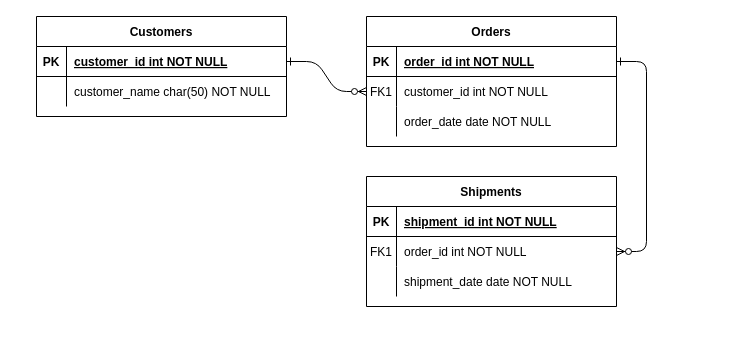
This is Untitled Diagram.drawio from Gavin-Jacobs/thing, a draw.io file, before an edit. Source tidied: cells renumbered, new cells numbered last; positions are measured from the earlier drawing's top-left corner, leaving out a move shared by most shapes. Both pictures are drawn from the tidied source at 100%, with x=0, y=0 at pixel (36, 16).
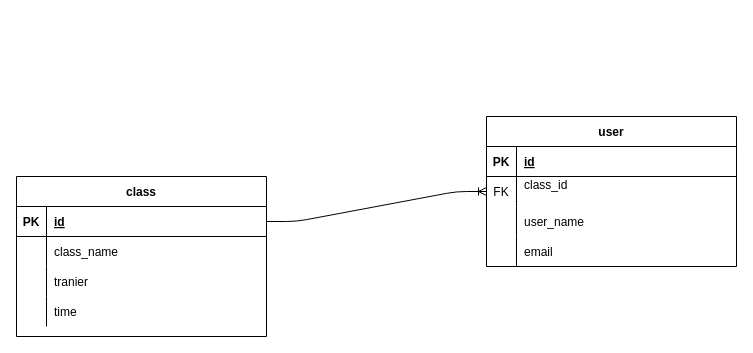
The same diagram, later.

The change refers to these unchanged cells:
```xml
<mxCell id="5" style="shape=partialRectangle;fillColor=none;points=[[0,0.5],[1,0.5]];portConstraint=eastwest;top=0;left=0;right=0;bottom=1;" parent="4" vertex="1">
  <mxGeometry y="30" width="250" height="30" as="geometry" />
</mxCell>
<mxCell id="8" style="shape=partialRectangle;fillColor=none;points=[[0,0.5],[1,0.5]];portConstraint=eastwest;top=0;left=0;right=0;bottom=0;" parent="4" vertex="1">
  <mxGeometry y="60" width="250" height="30" as="geometry" />
</mxCell>
<mxCell id="11" style="shape=partialRectangle;fillColor=none;top=0;left=0;right=0;bottom=0;" parent="4" vertex="1">
  <mxGeometry y="90" width="250" height="30" as="geometry" />
</mxCell>
<mxCell id="25" style="shape=partialRectangle;fillColor=none;points=[[0,0.5],[1,0.5]];portConstraint=eastwest;top=0;left=0;right=0;bottom=1;" parent="24" vertex="1">
  <mxGeometry y="30" width="250" height="30" as="geometry" />
</mxCell>
<mxCell id="28" style="shape=partialRectangle;fillColor=none;points=[[0,0.5],[1,0.5]];portConstraint=eastwest;top=0;left=0;right=0;bottom=0;" parent="24" vertex="1">
  <mxGeometry y="60" width="250" height="30" as="geometry" />
</mxCell>
```

The edit, as a diff of the source:
```diff
@@
-    <mxCell id="2" style="edgeStyle=entityRelationEdgeStyle;endArrow=ERzeroToMany;startArrow=ERone;endFill=1;startFill=0;" parent="1" edge="1" source="25" target="8">
-      <mxGeometry relative="1" as="geometry" />
-    </mxCell>
-    <mxCell id="3" style="edgeStyle=entityRelationEdgeStyle;endArrow=ERzeroToMany;startArrow=ERone;endFill=1;startFill=0;" parent="1" edge="1" source="5" target="18">
-      <mxGeometry relative="1" as="geometry" />
-    </mxCell>
-    <mxCell id="4" value="Orders" style="shape=table;startSize=30;childLayout=tableLayout;rowLines=0;fontStyle=1;align=center;" parent="1" vertex="1">
-      <mxGeometry x="330" width="250" height="130" as="geometry" />
+    <mxCell id="4" value="class" style="shape=table;startSize=30;childLayout=tableLayout;rowLines=0;fontStyle=1;align=center;" parent="1" vertex="1">
+      <mxGeometry x="-20" y="160" width="250" height="160" as="geometry" />
     </mxCell>
@@
-    <mxCell id="7" value="order_id int NOT NULL " style="shape=partialRectangle;overflow=hidden;fillColor=none;top=0;left=0;bottom=0;right=0;align=left;spacingLeft=6;fontStyle=5;" parent="5" vertex="1">
+    <mxCell id="7" value="id" style="shape=partialRectangle;overflow=hidden;fillColor=none;top=0;left=0;bottom=0;right=0;align=left;spacingLeft=6;fontStyle=5;" parent="5" vertex="1">
       <mxGeometry x="30" width="220" height="30" as="geometry" />
     </mxCell>
@@
-    <mxCell id="9" value="FK1" style="shape=partialRectangle;overflow=hidden;fillColor=none;top=0;left=0;bottom=0;right=0;" parent="8" vertex="1">
+    <mxCell id="9" style="shape=partialRectangle;overflow=hidden;fillColor=none;top=0;left=0;bottom=0;right=0;" parent="8" vertex="1">
       <mxGeometry width="30" height="30" as="geometry" />
     </mxCell>
-    <mxCell id="10" value="customer_id int NOT NULL" style="shape=partialRectangle;overflow=hidden;fillColor=none;top=0;left=0;bottom=0;right=0;align=left;spacingLeft=6;" parent="8" vertex="1">
+    <mxCell id="10" value="class_name" style="shape=partialRectangle;overflow=hidden;fillColor=none;top=0;left=0;bottom=0;right=0;align=left;spacingLeft=6;" parent="8" vertex="1">
       <mxGeometry x="30" width="220" height="30" as="geometry" />
     </mxCell>
@@
-    <mxCell id="13" value="order_date date NOT NULL" style="shape=partialRectangle;overflow=hidden;fillColor=none;top=0;left=0;bottom=0;right=0;align=left;spacingLeft=6;" parent="11" vertex="1">
+    <mxCell id="13" value="tranier" style="shape=partialRectangle;overflow=hidden;fillColor=none;top=0;left=0;bottom=0;right=0;align=left;spacingLeft=6;" parent="11" vertex="1">
       <mxGeometry x="30" width="220" height="30" as="geometry" />
     </mxCell>
-    <mxCell id="14" value="Shipments" style="shape=table;startSize=30;childLayout=tableLayout;rowLines=0;fontStyle=1;align=center;" parent="1" vertex="1">
-      <mxGeometry x="330" y="160" width="250" height="130" as="geometry" />
-    </mxCell>
-    <mxCell id="15" style="shape=partialRectangle;fillColor=none;top=0;left=0;right=0;bottom=1;" parent="14" vertex="1">
-      <mxGeometry y="30" width="250" height="30" as="geometry" />
-    </mxCell>
-    <mxCell id="16" value="PK" style="shape=partialRectangle;overflow=hidden;fillColor=none;top=0;left=0;bottom=0;right=0;fontStyle=1;" parent="15" vertex="1">
-      <mxGeometry width="30" height="30" as="geometry" />
-    </mxCell>
-    <mxCell id="17" value="shipment_id int NOT NULL " style="shape=partialRectangle;overflow=hidden;fillColor=none;top=0;left=0;bottom=0;right=0;align=left;spacingLeft=6;fontStyle=5;" parent="15" vertex="1">
-      <mxGeometry x="30" width="220" height="30" as="geometry" />
-    </mxCell>
-    <mxCell id="18" style="shape=partialRectangle;fillColor=none;points=[[0,0.5],[1,0.5]];portConstraint=eastwest;top=0;left=0;right=0;bottom=0;" parent="14" vertex="1">
-      <mxGeometry y="60" width="250" height="30" as="geometry" />
-    </mxCell>
-    <mxCell id="19" value="FK1" style="shape=partialRectangle;overflow=hidden;fillColor=none;top=0;left=0;bottom=0;right=0;" parent="18" vertex="1">
-      <mxGeometry width="30" height="30" as="geometry" />
-    </mxCell>
-    <mxCell id="20" value="order_id int NOT NULL" style="shape=partialRectangle;overflow=hidden;fillColor=none;top=0;left=0;bottom=0;right=0;align=left;spacingLeft=6;" parent="18" vertex="1">
-      <mxGeometry x="30" width="220" height="30" as="geometry" />
-    </mxCell>
-    <mxCell id="21" style="shape=partialRectangle;fillColor=none;top=0;left=0;right=0;bottom=0;" parent="14" vertex="1">
-      <mxGeometry y="90" width="250" height="30" as="geometry" />
-    </mxCell>
-    <mxCell id="22" style="shape=partialRectangle;overflow=hidden;fillColor=none;top=0;left=0;bottom=0;right=0;" parent="21" vertex="1">
-      <mxGeometry width="30" height="30" as="geometry" />
-    </mxCell>
-    <mxCell id="23" value="shipment_date date NOT NULL" style="shape=partialRectangle;overflow=hidden;fillColor=none;top=0;left=0;bottom=0;right=0;align=left;spacingLeft=6;" parent="21" vertex="1">
-      <mxGeometry x="30" width="220" height="30" as="geometry" />
-    </mxCell>
+    <mxCell id="31" style="shape=partialRectangle;fillColor=none;top=0;left=0;right=0;bottom=0;" parent="4" vertex="1">
+      <mxGeometry y="120" width="250" height="30" as="geometry" />
+    </mxCell>
+    <mxCell id="32" style="shape=partialRectangle;overflow=hidden;fillColor=none;top=0;left=0;bottom=0;right=0;" parent="31" vertex="1">
+      <mxGeometry width="30" height="30" as="geometry" />
+    </mxCell>
+    <mxCell id="33" value="time" style="shape=partialRectangle;overflow=hidden;fillColor=none;top=0;left=0;bottom=0;right=0;align=left;spacingLeft=6;" parent="31" vertex="1">
+      <mxGeometry x="30" width="220" height="30" as="geometry" />
+    </mxCell>
-    <mxCell id="24" value="Customers" style="shape=table;startSize=30;childLayout=tableLayout;rowLines=0;fontStyle=1;align=center;" parent="1" vertex="1">
-      <mxGeometry width="250" height="100" as="geometry" />
+    <mxCell id="24" value="user" style="shape=table;startSize=30;childLayout=tableLayout;rowLines=0;fontStyle=1;align=center;" parent="1" vertex="1">
+      <mxGeometry x="450" y="100" width="250" height="150" as="geometry" />
     </mxCell>
@@
-    <mxCell id="27" value="customer_id int NOT NULL " style="shape=partialRectangle;overflow=hidden;fillColor=none;top=0;left=0;bottom=0;right=0;align=left;spacingLeft=6;fontStyle=5;" parent="25" vertex="1">
+    <mxCell id="27" value="id" style="shape=partialRectangle;overflow=hidden;fillColor=none;top=0;left=0;bottom=0;right=0;align=left;spacingLeft=6;fontStyle=5;" parent="25" vertex="1">
       <mxGeometry x="30" width="220" height="30" as="geometry" />
     </mxCell>
@@
-    <mxCell id="29" style="shape=partialRectangle;overflow=hidden;fillColor=none;top=0;left=0;bottom=0;right=0;" parent="28" vertex="1">
+    <mxCell id="29" value="FK" style="shape=partialRectangle;overflow=hidden;fillColor=none;top=0;left=0;bottom=0;right=0;" parent="28" vertex="1">
       <mxGeometry width="30" height="30" as="geometry" />
     </mxCell>
-    <mxCell id="30" value="customer_name char(50) NOT NULL" style="shape=partialRectangle;overflow=hidden;fillColor=none;top=0;left=0;bottom=0;right=0;align=left;spacingLeft=6;" parent="28" vertex="1">
+    <mxCell id="30" value="class_id&#10;" style="shape=partialRectangle;overflow=hidden;fillColor=none;top=0;left=0;bottom=0;right=0;align=left;spacingLeft=6;" parent="28" vertex="1">
       <mxGeometry x="30" width="220" height="30" as="geometry" />
     </mxCell>
+    <mxCell id="21" style="shape=partialRectangle;fillColor=none;top=0;left=0;right=0;bottom=0;" parent="24" vertex="1">
+      <mxGeometry y="90" width="250" height="30" as="geometry" />
+    </mxCell>
+    <mxCell id="34" style="shape=partialRectangle;overflow=hidden;fillColor=none;top=0;left=0;bottom=0;right=0;" parent="21" vertex="1">
+      <mxGeometry width="30" height="30" as="geometry" />
+    </mxCell>
+    <mxCell id="35" value="user_name" style="shape=partialRectangle;overflow=hidden;fillColor=none;top=0;left=0;bottom=0;right=0;align=left;spacingLeft=6;" parent="21" vertex="1">
+      <mxGeometry x="30" width="220" height="30" as="geometry" />
+    </mxCell>
+    <mxCell id="36" style="shape=partialRectangle;fillColor=none;top=0;left=0;right=0;bottom=0;" parent="24" vertex="1">
+      <mxGeometry y="120" width="250" height="30" as="geometry" />
+    </mxCell>
+    <mxCell id="37" style="shape=partialRectangle;overflow=hidden;fillColor=none;top=0;left=0;bottom=0;right=0;" parent="36" vertex="1">
+      <mxGeometry width="30" height="30" as="geometry" />
+    </mxCell>
+    <mxCell id="38" value="email" style="shape=partialRectangle;overflow=hidden;fillColor=none;top=0;left=0;bottom=0;right=0;align=left;spacingLeft=6;" parent="36" vertex="1">
+      <mxGeometry x="30" width="220" height="30" as="geometry" />
+    </mxCell>
+    <mxCell id="39" style="edgeStyle=entityRelationEdgeStyle;fontSize=12;html=1;endArrow=ERoneToMany;entryX=0;entryY=0.5;entryDx=0;entryDy=0;exitX=1;exitY=0.5;exitDx=0;exitDy=0;" parent="1" edge="1" source="5" target="28">
+      <mxGeometry relative="1" as="geometry" />
+    </mxCell>
```
